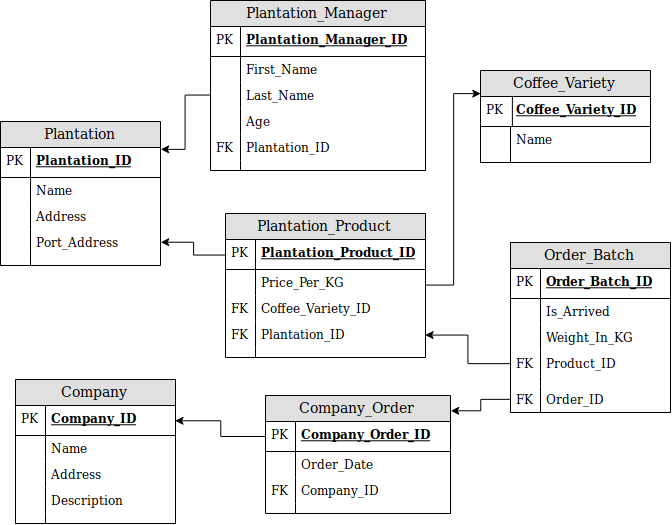
The draw.io diagram er-diagram.png in reacheight/database-course-project, before a commit. Source tidied: cells renumbered, new cells last; positions are measured from the earlier drawing's top-left corner, leaving out a move shared by most shapes.
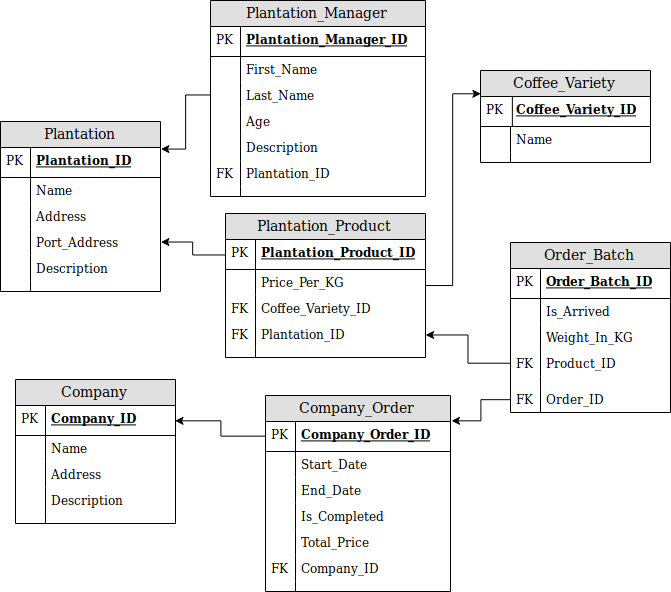
After the change.

What changed in the source:
```diff
@@ -3,7 +3,7 @@
     <mxCell id="0" />
     <mxCell id="1" parent="0" />
     <mxCell id="2" value="Plantation" style="swimlane;fontStyle=0;horizontal=1;startSize=26;fillColor=#e0e0e0;swimlaneFillColor=#ffffff;align=center;fontSize=14;" parent="1" vertex="1">
-      <mxGeometry y="121" width="160" height="144" as="geometry" />
+      <mxGeometry y="121" width="160" height="170" as="geometry" />
     </mxCell>
     <mxCell id="3" value="Plantation_ID" style="shape=partialRectangle;top=0;left=0;right=0;bottom=1;align=left;verticalAlign=middle;fillColor=none;spacingLeft=34;spacingRight=4;overflow=hidden;points=[[0,0.5],[1,0.5]];portConstraint=eastwest;fontStyle=5;fontSize=12;" parent="2" vertex="1">
       <mxGeometry y="26" width="160" height="30" as="geometry" />
@@ -29,8 +29,14 @@
     <mxCell id="10" style="shape=partialRectangle;top=0;left=0;bottom=0;fillColor=none;align=left;verticalAlign=top;spacingLeft=4;spacingRight=4;overflow=hidden;fontSize=12;" parent="9" vertex="1">
       <mxGeometry width="30" height="26" as="geometry" />
     </mxCell>
+    <mxCell id="83" value="Description" style="shape=partialRectangle;top=0;left=0;right=0;bottom=0;align=left;verticalAlign=top;fillColor=none;spacingLeft=34;spacingRight=4;overflow=hidden;fontSize=12;" parent="2" vertex="1">
+      <mxGeometry y="134" width="160" height="26" as="geometry" />
+    </mxCell>
+    <mxCell id="84" style="shape=partialRectangle;top=0;left=0;bottom=0;fillColor=none;align=left;verticalAlign=top;spacingLeft=4;spacingRight=4;overflow=hidden;fontSize=12;" parent="83" vertex="1">
+      <mxGeometry width="30" height="26" as="geometry" />
+    </mxCell>
     <mxCell id="11" style="shape=partialRectangle;top=0;left=0;right=0;bottom=0;align=left;verticalAlign=top;fillColor=none;spacingLeft=34;spacingRight=4;overflow=hidden;fontSize=12;" parent="2" vertex="1">
-      <mxGeometry y="134" width="160" height="10" as="geometry" />
+      <mxGeometry y="160" width="160" height="10" as="geometry" />
     </mxCell>
     <mxCell id="12" style="shape=partialRectangle;top=0;left=0;bottom=0;fillColor=none;align=left;verticalAlign=top;spacingLeft=4;spacingRight=4;overflow=hidden;fontSize=12;" parent="11" vertex="1">
       <mxGeometry width="30" height="10" as="geometry" />
@@ -90,7 +96,7 @@
       <mxGeometry width="30" height="10" as="geometry" />
     </mxCell>
     <mxCell id="31" value="Plantation_Manager" style="swimlane;fontStyle=0;horizontal=1;startSize=26;fillColor=#e0e0e0;swimlaneFillColor=#ffffff;align=center;fontSize=14;" parent="1" vertex="1">
-      <mxGeometry x="210" width="215" height="170" as="geometry" />
+      <mxGeometry x="210" width="215" height="196" as="geometry" />
     </mxCell>
     <mxCell id="32" value="Plantation_Manager_ID" style="shape=partialRectangle;top=0;left=0;right=0;bottom=1;align=left;verticalAlign=middle;fillColor=none;spacingLeft=34;spacingRight=4;overflow=hidden;fontStyle=5;fontSize=12;" parent="31" vertex="1">
       <mxGeometry y="26" width="215" height="30" as="geometry" />
@@ -116,14 +122,20 @@
     <mxCell id="39" style="shape=partialRectangle;top=0;left=0;bottom=0;fillColor=none;align=left;verticalAlign=top;spacingLeft=4;spacingRight=4;overflow=hidden;fontSize=12;" parent="38" vertex="1">
       <mxGeometry width="30" height="26" as="geometry" />
     </mxCell>
+    <mxCell id="85" value="Description" style="shape=partialRectangle;top=0;left=0;right=0;bottom=0;align=left;verticalAlign=top;fillColor=none;spacingLeft=34;spacingRight=4;overflow=hidden;fontSize=12;" parent="31" vertex="1">
+      <mxGeometry y="134" width="215" height="26" as="geometry" />
+    </mxCell>
+    <mxCell id="86" style="shape=partialRectangle;top=0;left=0;bottom=0;fillColor=none;align=left;verticalAlign=top;spacingLeft=4;spacingRight=4;overflow=hidden;fontSize=12;" parent="85" vertex="1">
+      <mxGeometry width="30" height="26" as="geometry" />
+    </mxCell>
     <mxCell id="40" value="Plantation_ID" style="shape=partialRectangle;top=0;left=0;right=0;bottom=0;align=left;verticalAlign=top;fillColor=none;spacingLeft=34;spacingRight=4;overflow=hidden;fontSize=12;" parent="31" vertex="1">
-      <mxGeometry y="134" width="215" height="26" as="geometry" />
+      <mxGeometry y="160" width="215" height="26" as="geometry" />
     </mxCell>
     <mxCell id="41" value="FK" style="shape=partialRectangle;top=0;left=0;bottom=0;fillColor=none;align=left;verticalAlign=top;spacingLeft=4;spacingRight=4;overflow=hidden;fontSize=12;" parent="40" vertex="1">
       <mxGeometry width="30" height="26" as="geometry" />
     </mxCell>
     <mxCell id="42" style="shape=partialRectangle;top=0;left=0;right=0;bottom=0;align=left;verticalAlign=top;fillColor=none;spacingLeft=34;spacingRight=4;overflow=hidden;fontSize=12;" parent="31" vertex="1">
-      <mxGeometry y="160" width="215" height="10" as="geometry" />
+      <mxGeometry y="186" width="215" height="10" as="geometry" />
     </mxCell>
     <mxCell id="43" style="shape=partialRectangle;top=0;left=0;bottom=0;fillColor=none;align=left;verticalAlign=top;spacingLeft=4;spacingRight=4;overflow=hidden;fontSize=12;" parent="42" vertex="1">
       <mxGeometry width="30" height="10" as="geometry" />
@@ -171,7 +183,7 @@
       <mxGeometry relative="1" as="geometry" />
     </mxCell>
     <mxCell id="58" value="Company_Order" style="swimlane;fontStyle=0;horizontal=1;startSize=26;fillColor=#e0e0e0;swimlaneFillColor=#ffffff;align=center;fontSize=14;" parent="1" vertex="1">
-      <mxGeometry x="265" y="395" width="185" height="118" as="geometry" />
+      <mxGeometry x="265" y="395" width="185" height="196" as="geometry" />
     </mxCell>
     <mxCell id="59" value="Company_Order_ID" style="shape=partialRectangle;top=0;left=0;right=0;bottom=1;align=left;verticalAlign=middle;fillColor=none;spacingLeft=34;spacingRight=4;overflow=hidden;points=[[0,0.5],[1,0.5]];portConstraint=eastwest;fontStyle=5;fontSize=12;" parent="58" vertex="1">
       <mxGeometry y="26" width="185" height="30" as="geometry" />
@@ -179,20 +191,38 @@
     <mxCell id="60" value="PK" style="shape=partialRectangle;top=0;left=0;bottom=0;fillColor=none;align=left;verticalAlign=middle;spacingLeft=4;spacingRight=4;overflow=hidden;fontSize=12;" parent="59" vertex="1">
       <mxGeometry width="30" height="30" as="geometry" />
     </mxCell>
-    <mxCell id="61" value="Order_Date" style="shape=partialRectangle;top=0;left=0;right=0;bottom=0;align=left;verticalAlign=top;fillColor=none;spacingLeft=34;spacingRight=4;overflow=hidden;fontSize=12;" parent="58" vertex="1">
+    <mxCell id="61" value="Start_Date" style="shape=partialRectangle;top=0;left=0;right=0;bottom=0;align=left;verticalAlign=top;fillColor=none;spacingLeft=34;spacingRight=4;overflow=hidden;fontSize=12;" parent="58" vertex="1">
       <mxGeometry y="56" width="185" height="26" as="geometry" />
     </mxCell>
     <mxCell id="62" style="shape=partialRectangle;top=0;left=0;bottom=0;fillColor=none;align=left;verticalAlign=top;spacingLeft=4;spacingRight=4;overflow=hidden;fontSize=12;" parent="61" vertex="1">
       <mxGeometry width="30" height="26" as="geometry" />
     </mxCell>
+    <mxCell id="87" value="End_Date" style="shape=partialRectangle;top=0;left=0;right=0;bottom=0;align=left;verticalAlign=top;fillColor=none;spacingLeft=34;spacingRight=4;overflow=hidden;fontSize=12;" parent="58" vertex="1">
+      <mxGeometry y="82" width="185" height="26" as="geometry" />
+    </mxCell>
+    <mxCell id="88" style="shape=partialRectangle;top=0;left=0;bottom=0;fillColor=none;align=left;verticalAlign=top;spacingLeft=4;spacingRight=4;overflow=hidden;fontSize=12;" parent="87" vertex="1">
+      <mxGeometry width="30" height="26" as="geometry" />
+    </mxCell>
+    <mxCell id="89" value="Is_Completed" style="shape=partialRectangle;top=0;left=0;right=0;bottom=0;align=left;verticalAlign=top;fillColor=none;spacingLeft=34;spacingRight=4;overflow=hidden;fontSize=12;" parent="58" vertex="1">
+      <mxGeometry y="108" width="185" height="26" as="geometry" />
+    </mxCell>
+    <mxCell id="90" style="shape=partialRectangle;top=0;left=0;bottom=0;fillColor=none;align=left;verticalAlign=top;spacingLeft=4;spacingRight=4;overflow=hidden;fontSize=12;" parent="89" vertex="1">
+      <mxGeometry width="30" height="26" as="geometry" />
+    </mxCell>
+    <mxCell id="91" value="Total_Price" style="shape=partialRectangle;top=0;left=0;right=0;bottom=0;align=left;verticalAlign=top;fillColor=none;spacingLeft=34;spacingRight=4;overflow=hidden;fontSize=12;" parent="58" vertex="1">
+      <mxGeometry y="134" width="185" height="26" as="geometry" />
+    </mxCell>
+    <mxCell id="92" style="shape=partialRectangle;top=0;left=0;bottom=0;fillColor=none;align=left;verticalAlign=top;spacingLeft=4;spacingRight=4;overflow=hidden;fontSize=12;" parent="91" vertex="1">
+      <mxGeometry width="30" height="26" as="geometry" />
+    </mxCell>
     <mxCell id="63" value="Company_ID" style="shape=partialRectangle;top=0;left=0;right=0;bottom=0;align=left;verticalAlign=top;fillColor=none;spacingLeft=34;spacingRight=4;overflow=hidden;fontSize=12;" parent="58" vertex="1">
-      <mxGeometry y="82" width="185" height="26" as="geometry" />
+      <mxGeometry y="160" width="185" height="26" as="geometry" />
     </mxCell>
     <mxCell id="64" value="FK" style="shape=partialRectangle;top=0;left=0;bottom=0;fillColor=none;align=left;verticalAlign=top;spacingLeft=4;spacingRight=4;overflow=hidden;fontSize=12;" parent="63" vertex="1">
       <mxGeometry width="30" height="26" as="geometry" />
     </mxCell>
     <mxCell id="65" style="shape=partialRectangle;top=0;left=0;right=0;bottom=0;align=left;verticalAlign=top;fillColor=none;spacingLeft=34;spacingRight=4;overflow=hidden;fontSize=12;" parent="58" vertex="1">
-      <mxGeometry y="108" width="185" height="10" as="geometry" />
+      <mxGeometry y="186" width="185" height="10" as="geometry" />
     </mxCell>
     <mxCell id="66" style="shape=partialRectangle;top=0;left=0;bottom=0;fillColor=none;align=left;verticalAlign=top;spacingLeft=4;spacingRight=4;overflow=hidden;fontSize=12;" parent="65" vertex="1">
       <mxGeometry width="30" height="10" as="geometry" />
```
